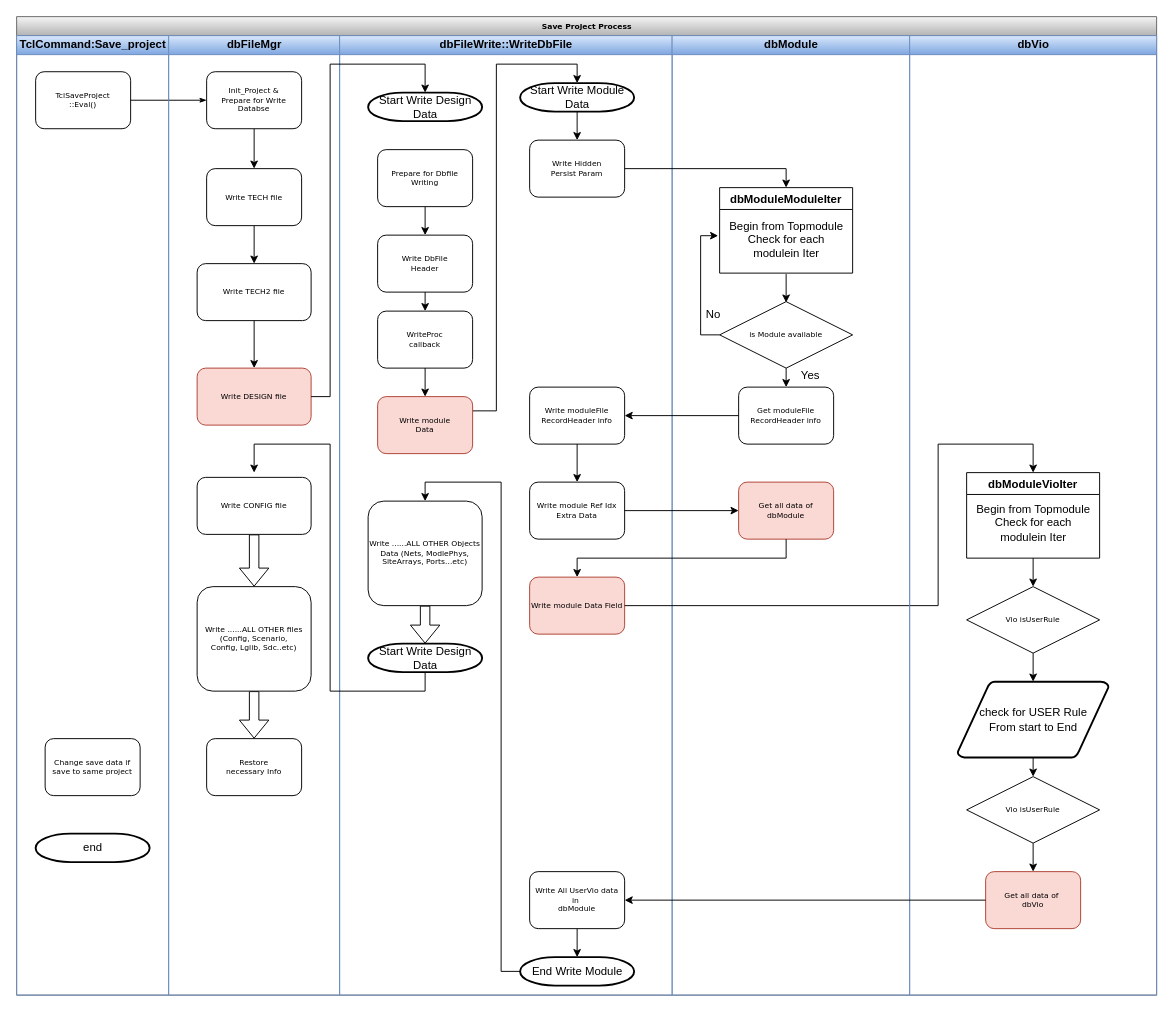
This is Cross-function Diagram.drawio from RebeccaY/start, a draw.io file, before an edit. Source tidied: cells renumbered, new cells numbered last; positions are measured from the earlier drawing's top-left corner, leaving out a move shared by most shapes. Both pictures are drawn from the tidied source at 95%, with x=0, y=0 at pixel (16, 16).
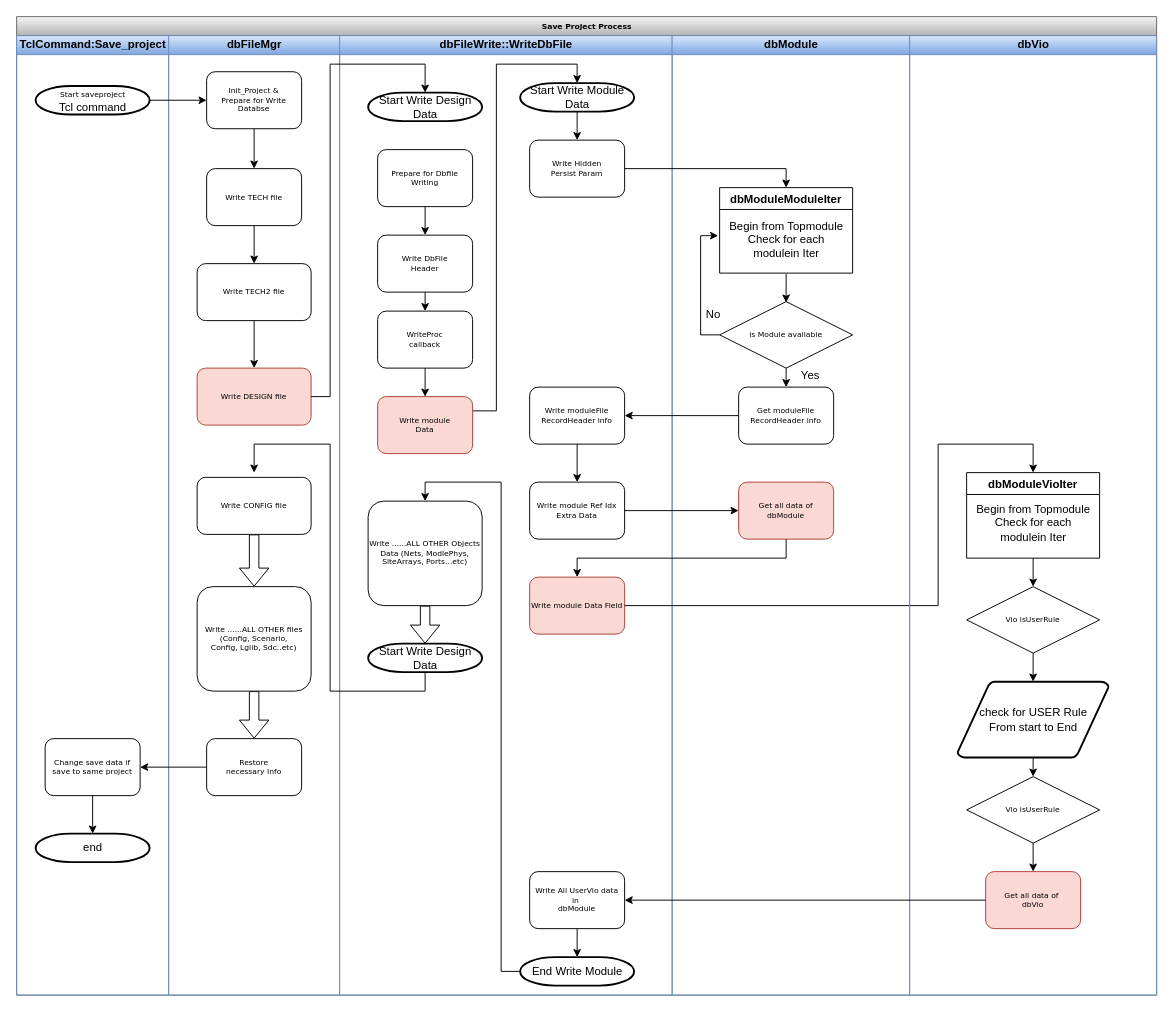
The same diagram, later.

Unchanged cells that the change refers to:
```xml
<mxCell id="2" value="Save Project Process" style="swimlane;html=1;startSize=20;rounded=0;shadow=0;labelBackgroundColor=none;strokeWidth=1;fontFamily=Verdana;fontSize=8;align=center;fillColor=#f5f5f5;strokeColor=#666666;gradientColor=#b3b3b3;" parent="1" vertex="1">
  <mxGeometry width="1200" height="1030" as="geometry" />
</mxCell>
<mxCell id="3" value="TclCommand:Save_project" style="swimlane;html=1;startSize=20;fillColor=#dae8fc;strokeColor=#6c8ebf;gradientColor=#7ea6e0;" parent="2" vertex="1">
  <mxGeometry y="20" width="160" height="1010" as="geometry" />
</mxCell>
<mxCell id="5" value="Change save data if save to same project" style="rounded=1;whiteSpace=wrap;html=1;shadow=0;labelBackgroundColor=none;strokeWidth=1;fontFamily=Verdana;fontSize=8;align=center;" parent="3" vertex="1">
  <mxGeometry x="30" y="740" width="100" height="60" as="geometry" />
</mxCell>
<mxCell id="6" value="end" style="shape=mxgraph.flowchart.terminator;strokeWidth=2;gradientColor=none;gradientDirection=north;fontStyle=0;html=1;" parent="3" vertex="1">
  <mxGeometry x="20" y="840" width="120" height="30" as="geometry" />
</mxCell>
<mxCell id="10" value="Init_Project &amp;amp;&lt;br&gt;Prepare for Write Databse" style="rounded=1;whiteSpace=wrap;html=1;shadow=0;labelBackgroundColor=none;strokeWidth=1;fontFamily=Verdana;fontSize=8;align=center;" parent="8" vertex="1">
  <mxGeometry x="40" y="38" width="100" height="60" as="geometry" />
</mxCell>
<mxCell id="11" value="Restore&lt;br&gt;necessary Info" style="rounded=1;whiteSpace=wrap;html=1;shadow=0;labelBackgroundColor=none;strokeWidth=1;fontFamily=Verdana;fontSize=8;align=center;" parent="8" vertex="1">
  <mxGeometry x="40" y="740" width="100" height="60" as="geometry" />
</mxCell>
```

What changed in the source:
```diff
@@
-    <mxCell id="4" value="TclSaveProject&lt;br&gt;::Eval()" style="rounded=1;whiteSpace=wrap;html=1;shadow=0;labelBackgroundColor=none;strokeWidth=1;fontFamily=Verdana;fontSize=8;align=center;" parent="3" vertex="1">
-      <mxGeometry x="20" y="38" width="100" height="60" as="geometry" />
-    </mxCell>
+    <mxCell id="75" style="edgeStyle=orthogonalEdgeStyle;rounded=0;jettySize=auto;html=1;exitX=0.5;exitY=1;exitDx=0;exitDy=0;entryX=0.5;entryY=0;entryDx=0;entryDy=0;entryPerimeter=0;" parent="3" edge="1" source="5" target="6">
+      <mxGeometry relative="1" as="geometry" />
+    </mxCell>
@@
-    <mxCell id="7" style="edgeStyle=orthogonalEdgeStyle;rounded=1;html=1;labelBackgroundColor=none;startArrow=none;startFill=0;startSize=5;endArrow=classicThin;endFill=1;endSize=5;jettySize=auto;strokeWidth=1;fontFamily=Verdana;fontSize=8;entryX=0;entryY=0.5;entryDx=0;entryDy=0;" parent="2" edge="1" source="4" target="10">
-      <mxGeometry relative="1" as="geometry" />
-    </mxCell>
+    <mxCell id="76" value="&lt;font face=&quot;Verdana&quot;&gt;&lt;span style=&quot;font-size: 8px&quot;&gt;Start saveproject&lt;br&gt;&lt;/span&gt;&lt;/font&gt;Tcl command" style="shape=mxgraph.flowchart.terminator;strokeWidth=2;gradientColor=none;gradientDirection=north;fontStyle=0;html=1;" parent="3" vertex="1">
+      <mxGeometry x="20" y="53" width="120" height="30" as="geometry" />
+    </mxCell>
@@
+    <mxCell id="77" style="edgeStyle=orthogonalEdgeStyle;rounded=0;jettySize=auto;html=1;exitX=1;exitY=0.5;exitDx=0;exitDy=0;exitPerimeter=0;entryX=0;entryY=0.5;entryDx=0;entryDy=0;" parent="2" edge="1" source="76" target="10">
+      <mxGeometry relative="1" as="geometry" />
+    </mxCell>
+    <mxCell id="78" style="edgeStyle=orthogonalEdgeStyle;rounded=0;jettySize=auto;html=1;exitX=0;exitY=0.5;exitDx=0;exitDy=0;entryX=1;entryY=0.5;entryDx=0;entryDy=0;" parent="2" edge="1" source="11" target="5">
+      <mxGeometry relative="1" as="geometry" />
+    </mxCell>
```
